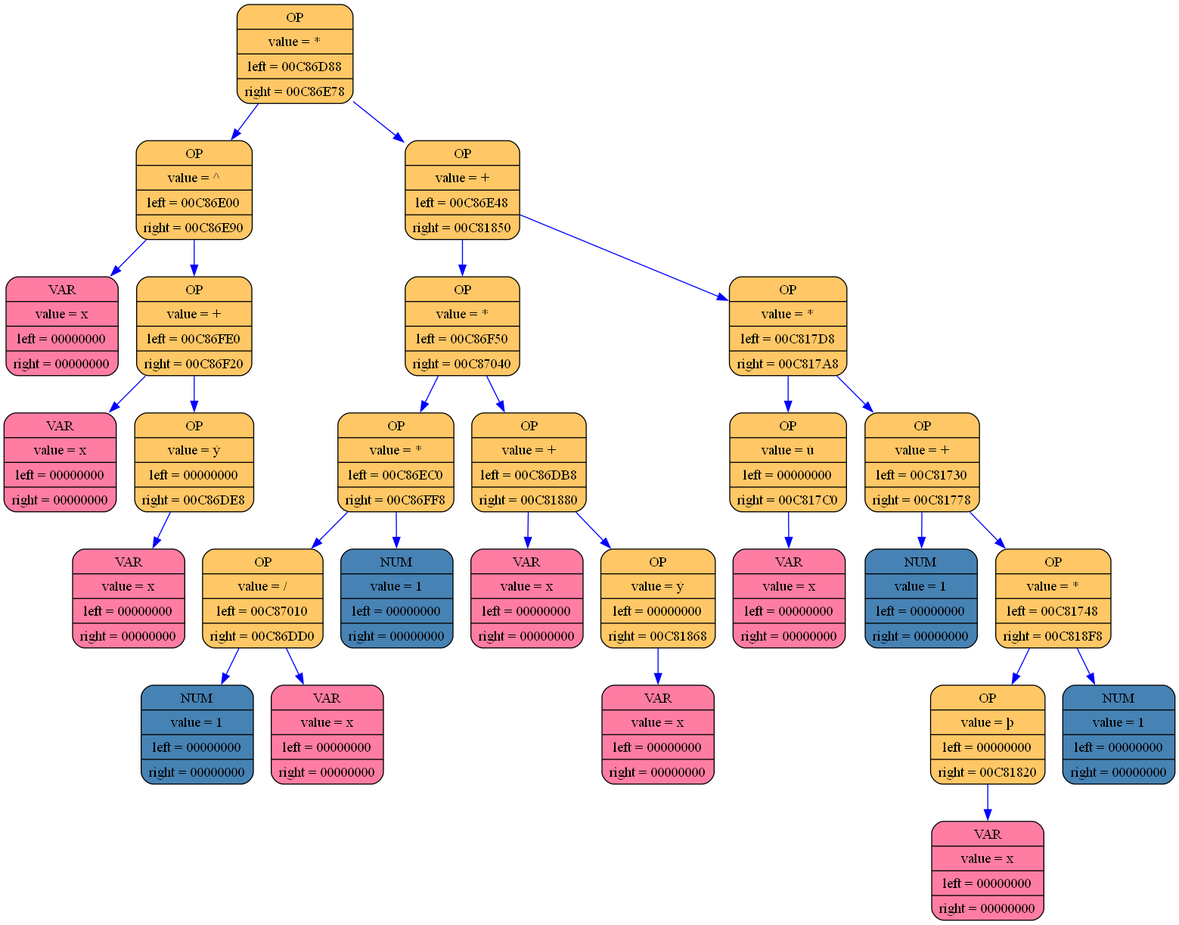
The Graphviz diagram log_folder_differenciator/differenciator_graph.png in aywert/DIFFERENCIATOR, before a commit. Its source is kept beside it as log_folder_differenciator/differenciator_graph.dot.
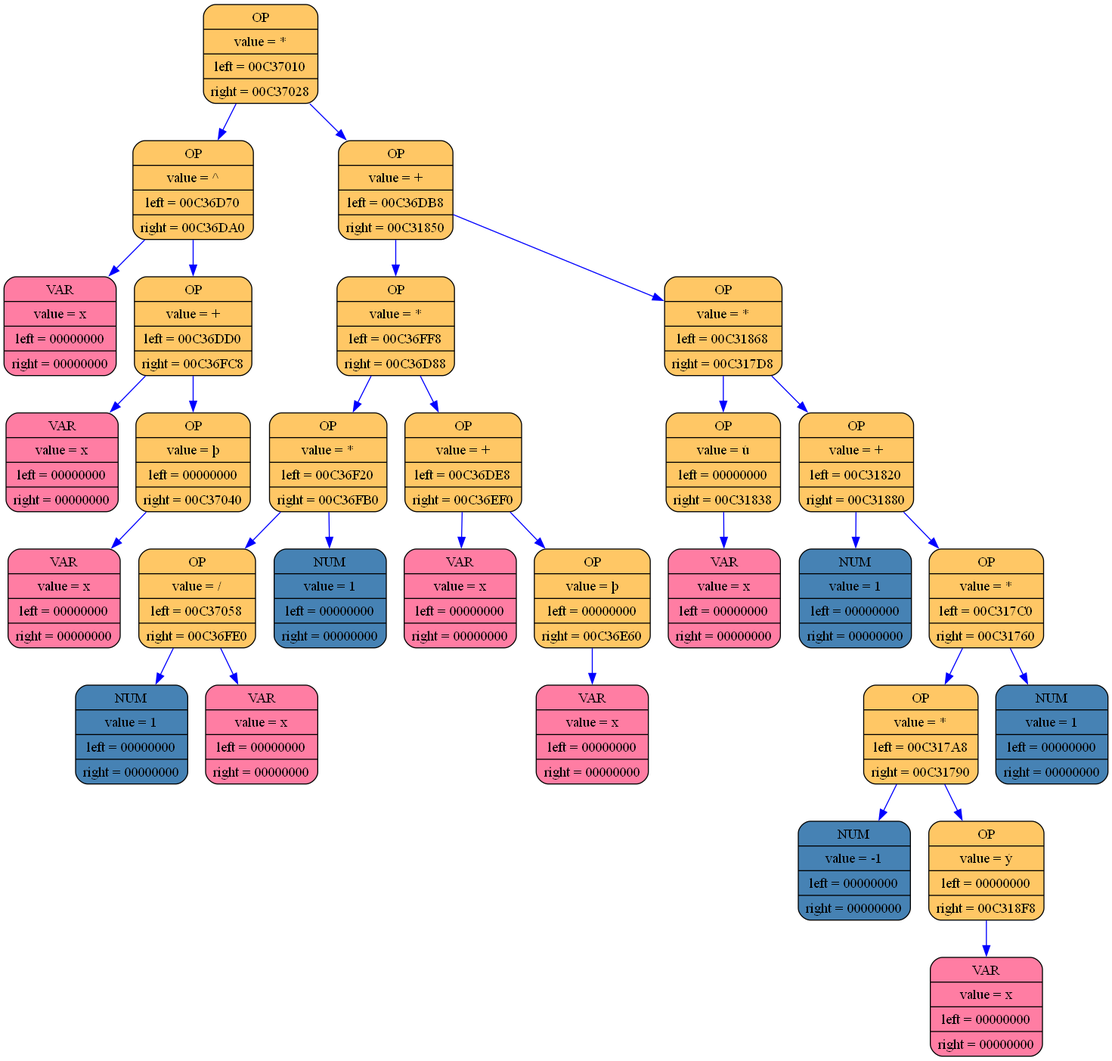
After the change.

Diff of the diagram source:
```diff
@@ -1,57 +1,61 @@
 digraph list
 {
 rankdir=HR;
-	13135724 [shape = Mrecord; style = filled; fillcolor="#ffc765"; color = "#000000"; fontcolor = "#000000"; label = "{ OP | value = * | left = 00C86D88| right = 00C86E78}"];
-	13135724 -> 13135244 [color="blue"]
-	13135244 [shape = Mrecord; style = filled; fillcolor="#ffc765"; color = "#000000"; fontcolor = "#000000"; label = "{ OP | value = ^ | left = 00C86E00| right = 00C86E90}"];
-	13135244 -> 13135364 [color="blue"]
-	13135364 [shape = Mrecord; style = filled; fillcolor="#ff7da3"; color = "#000000"; fontcolor = "#000000"; label = "{ VAR | value = x | left = 00000000| right = 00000000}"];
-	13135244 -> 13135508 [color="blue"]
-	13135508 [shape = Mrecord; style = filled; fillcolor="#ffc765"; color = "#000000"; fontcolor = "#000000"; label = "{ OP | value = + | left = 00C86FE0| right = 00C86F20}"];
-	13135508 -> 13135844 [color="blue"]
-	13135844 [shape = Mrecord; style = filled; fillcolor="#ff7da3"; color = "#000000"; fontcolor = "#000000"; label = "{ VAR | value = x | left = 00000000| right = 00000000}"];
-	13135508 -> 13135652 [color="blue"]
-	13135652 [shape = Mrecord; style = filled; fillcolor="#ffc765"; color = "#000000"; fontcolor = "#000000"; label = "{ OP | value = ý | left = 00000000| right = 00C86DE8}"];
-	13135652 -> 13135340 [color="blue"]
-	13135340 [shape = Mrecord; style = filled; fillcolor="#ff7da3"; color = "#000000"; fontcolor = "#000000"; label = "{ VAR | value = x | left = 00000000| right = 00000000}"];
-	13135724 -> 13135484 [color="blue"]
-	13135484 [shape = Mrecord; style = filled; fillcolor="#ffc765"; color = "#000000"; fontcolor = "#000000"; label = "{ OP | value = + | left = 00C86E48| right = 00C81850}"];
-	13135484 -> 13135436 [color="blue"]
-	13135436 [shape = Mrecord; style = filled; fillcolor="#ffc765"; color = "#000000"; fontcolor = "#000000"; label = "{ OP | value = * | left = 00C86F50| right = 00C87040}"];
-	13135436 -> 13135700 [color="blue"]
-	13135700 [shape = Mrecord; style = filled; fillcolor="#ffc765"; color = "#000000"; fontcolor = "#000000"; label = "{ OP | value = * | left = 00C86EC0| right = 00C86FF8}"];
-	13135700 -> 13135556 [color="blue"]
-	13135556 [shape = Mrecord; style = filled; fillcolor="#ffc765"; color = "#000000"; fontcolor = "#000000"; label = "{ OP | value = / | left = 00C87010| right = 00C86DD0}"];
-	13135556 -> 13135892 [color="blue"]
-	13135892 [shape = Mrecord; style = filled; fillcolor="#4682b4"; color = "#000000"; fontcolor = "#000000"; label = "{ NUM | value = 1 | left = 00000000| right = 00000000}"];
-	13135556 -> 13135316 [color="blue"]
-	13135316 [shape = Mrecord; style = filled; fillcolor="#ff7da3"; color = "#000000"; fontcolor = "#000000"; label = "{ VAR | value = x | left = 00000000| right = 00000000}"];
-	13135700 -> 13135868 [color="blue"]
-	13135868 [shape = Mrecord; style = filled; fillcolor="#4682b4"; color = "#000000"; fontcolor = "#000000"; label = "{ NUM | value = 1 | left = 00000000| right = 00000000}"];
-	13135436 -> 13135940 [color="blue"]
-	13135940 [shape = Mrecord; style = filled; fillcolor="#ffc765"; color = "#000000"; fontcolor = "#000000"; label = "{ OP | value = + | left = 00C86DB8| right = 00C81880}"];
-	13135940 -> 13135292 [color="blue"]
-	13135292 [shape = Mrecord; style = filled; fillcolor="#ff7da3"; color = "#000000"; fontcolor = "#000000"; label = "{ VAR | value = x | left = 00000000| right = 00000000}"];
-	13135940 -> 13113476 [color="blue"]
-	13113476 [shape = Mrecord; style = filled; fillcolor="#ffc765"; color = "#000000"; fontcolor = "#000000"; label = "{ OP | value = ý | left = 00000000| right = 00C81868}"];
-	13113476 -> 13113452 [color="blue"]
-	13113452 [shape = Mrecord; style = filled; fillcolor="#ff7da3"; color = "#000000"; fontcolor = "#000000"; label = "{ VAR | value = x | left = 00000000| right = 00000000}"];
-	13135484 -> 13113428 [color="blue"]
-	13113428 [shape = Mrecord; style = filled; fillcolor="#ffc765"; color = "#000000"; fontcolor = "#000000"; label = "{ OP | value = * | left = 00C817D8| right = 00C817A8}"];
-	13113428 -> 13113308 [color="blue"]
-	13113308 [shape = Mrecord; style = filled; fillcolor="#ffc765"; color = "#000000"; fontcolor = "#000000"; label = "{ OP | value = ú | left = 00000000| right = 00C817C0}"];
-	13113308 -> 13113284 [color="blue"]
-	13113284 [shape = Mrecord; style = filled; fillcolor="#ff7da3"; color = "#000000"; fontcolor = "#000000"; label = "{ VAR | value = x | left = 00000000| right = 00000000}"];
-	13113428 -> 13113260 [color="blue"]
-	13113260 [shape = Mrecord; style = filled; fillcolor="#ffc765"; color = "#000000"; fontcolor = "#000000"; label = "{ OP | value = + | left = 00C81730| right = 00C81778}"];
-	13113260 -> 13113140 [color="blue"]
-	13113140 [shape = Mrecord; style = filled; fillcolor="#4682b4"; color = "#000000"; fontcolor = "#000000"; label = "{ NUM | value = 1 | left = 00000000| right = 00000000}"];
-	13113260 -> 13113212 [color="blue"]
-	13113212 [shape = Mrecord; style = filled; fillcolor="#ffc765"; color = "#000000"; fontcolor = "#000000"; label = "{ OP | value = * | left = 00C81748| right = 00C818F8}"];
-	13113212 -> 13113164 [color="blue"]
-	13113164 [shape = Mrecord; style = filled; fillcolor="#ffc765"; color = "#000000"; fontcolor = "#000000"; label = "{ OP | value = þ | left = 00000000| right = 00C81820}"];
-	13113164 -> 13113380 [color="blue"]
-	13113380 [shape = Mrecord; style = filled; fillcolor="#ff7da3"; color = "#000000"; fontcolor = "#000000"; label = "{ VAR | value = x | left = 00000000| right = 00000000}"];
-	13113212 -> 13113596 [color="blue"]
-	13113596 [shape = Mrecord; style = filled; fillcolor="#4682b4"; color = "#000000"; fontcolor = "#000000"; label = "{ NUM | value = 1 | left = 00000000| right = 00000000}"];
+	12807684 [shape = Mrecord; style = filled; fillcolor="#ffc765"; color = "#000000"; fontcolor = "#000000"; label = "{ OP | value = * | left = 00C37010| right = 00C37028}"];
+	12807684 -> 12808212 [color="blue"]
+	12808212 [shape = Mrecord; style = filled; fillcolor="#ffc765"; color = "#000000"; fontcolor = "#000000"; label = "{ OP | value = ^ | left = 00C36D70| right = 00C36DA0}"];
+	12808212 -> 12807540 [color="blue"]
+	12807540 [shape = Mrecord; style = filled; fillcolor="#ff7da3"; color = "#000000"; fontcolor = "#000000"; label = "{ VAR | value = x | left = 00000000| right = 00000000}"];
+	12808212 -> 12807588 [color="blue"]
+	12807588 [shape = Mrecord; style = filled; fillcolor="#ffc765"; color = "#000000"; fontcolor = "#000000"; label = "{ OP | value = + | left = 00C36DD0| right = 00C36FC8}"];
+	12807588 -> 12807636 [color="blue"]
+	12807636 [shape = Mrecord; style = filled; fillcolor="#ff7da3"; color = "#000000"; fontcolor = "#000000"; label = "{ VAR | value = x | left = 00000000| right = 00000000}"];
+	12807588 -> 12808140 [color="blue"]
+	12808140 [shape = Mrecord; style = filled; fillcolor="#ffc765"; color = "#000000"; fontcolor = "#000000"; label = "{ OP | value = þ | left = 00000000| right = 00C37040}"];
+	12808140 -> 12808260 [color="blue"]
+	12808260 [shape = Mrecord; style = filled; fillcolor="#ff7da3"; color = "#000000"; fontcolor = "#000000"; label = "{ VAR | value = x | left = 00000000| right = 00000000}"];
+	12807684 -> 12808236 [color="blue"]
+	12808236 [shape = Mrecord; style = filled; fillcolor="#ffc765"; color = "#000000"; fontcolor = "#000000"; label = "{ OP | value = + | left = 00C36DB8| right = 00C31850}"];
+	12808236 -> 12807612 [color="blue"]
+	12807612 [shape = Mrecord; style = filled; fillcolor="#ffc765"; color = "#000000"; fontcolor = "#000000"; label = "{ OP | value = * | left = 00C36FF8| right = 00C36D88}"];
+	12807612 -> 12808188 [color="blue"]
+	12808188 [shape = Mrecord; style = filled; fillcolor="#ffc765"; color = "#000000"; fontcolor = "#000000"; label = "{ OP | value = * | left = 00C36F20| right = 00C36FB0}"];
+	12808188 -> 12807972 [color="blue"]
+	12807972 [shape = Mrecord; style = filled; fillcolor="#ffc765"; color = "#000000"; fontcolor = "#000000"; label = "{ OP | value = / | left = 00C37058| right = 00C36FE0}"];
+	12807972 -> 12808284 [color="blue"]
+	12808284 [shape = Mrecord; style = filled; fillcolor="#4682b4"; color = "#000000"; fontcolor = "#000000"; label = "{ NUM | value = 1 | left = 00000000| right = 00000000}"];
+	12807972 -> 12808164 [color="blue"]
+	12808164 [shape = Mrecord; style = filled; fillcolor="#ff7da3"; color = "#000000"; fontcolor = "#000000"; label = "{ VAR | value = x | left = 00000000| right = 00000000}"];
+	12808188 -> 12808116 [color="blue"]
+	12808116 [shape = Mrecord; style = filled; fillcolor="#4682b4"; color = "#000000"; fontcolor = "#000000"; label = "{ NUM | value = 1 | left = 00000000| right = 00000000}"];
+	12807612 -> 12807564 [color="blue"]
+	12807564 [shape = Mrecord; style = filled; fillcolor="#ffc765"; color = "#000000"; fontcolor = "#000000"; label = "{ OP | value = + | left = 00C36DE8| right = 00C36EF0}"];
+	12807564 -> 12807660 [color="blue"]
+	12807660 [shape = Mrecord; style = filled; fillcolor="#ff7da3"; color = "#000000"; fontcolor = "#000000"; label = "{ VAR | value = x | left = 00000000| right = 00000000}"];
+	12807564 -> 12807924 [color="blue"]
+	12807924 [shape = Mrecord; style = filled; fillcolor="#ffc765"; color = "#000000"; fontcolor = "#000000"; label = "{ OP | value = þ | left = 00000000| right = 00C36E60}"];
+	12807924 -> 12807780 [color="blue"]
+	12807780 [shape = Mrecord; style = filled; fillcolor="#ff7da3"; color = "#000000"; fontcolor = "#000000"; label = "{ VAR | value = x | left = 00000000| right = 00000000}"];
+	12808236 -> 12785748 [color="blue"]
+	12785748 [shape = Mrecord; style = filled; fillcolor="#ffc765"; color = "#000000"; fontcolor = "#000000"; label = "{ OP | value = * | left = 00C31868| right = 00C317D8}"];
+	12785748 -> 12785772 [color="blue"]
+	12785772 [shape = Mrecord; style = filled; fillcolor="#ffc765"; color = "#000000"; fontcolor = "#000000"; label = "{ OP | value = ú | left = 00000000| right = 00C31838}"];
+	12785772 -> 12785724 [color="blue"]
+	12785724 [shape = Mrecord; style = filled; fillcolor="#ff7da3"; color = "#000000"; fontcolor = "#000000"; label = "{ VAR | value = x | left = 00000000| right = 00000000}"];
+	12785748 -> 12785628 [color="blue"]
+	12785628 [shape = Mrecord; style = filled; fillcolor="#ffc765"; color = "#000000"; fontcolor = "#000000"; label = "{ OP | value = + | left = 00C31820| right = 00C31880}"];
+	12785628 -> 12785700 [color="blue"]
+	12785700 [shape = Mrecord; style = filled; fillcolor="#4682b4"; color = "#000000"; fontcolor = "#000000"; label = "{ NUM | value = 1 | left = 00000000| right = 00000000}"];
+	12785628 -> 12785796 [color="blue"]
+	12785796 [shape = Mrecord; style = filled; fillcolor="#ffc765"; color = "#000000"; fontcolor = "#000000"; label = "{ OP | value = * | left = 00C317C0| right = 00C31760}"];
+	12785796 -> 12785604 [color="blue"]
+	12785604 [shape = Mrecord; style = filled; fillcolor="#ffc765"; color = "#000000"; fontcolor = "#000000"; label = "{ OP | value = * | left = 00C317A8| right = 00C31790}"];
+	12785604 -> 12785580 [color="blue"]
+	12785580 [shape = Mrecord; style = filled; fillcolor="#4682b4"; color = "#000000"; fontcolor = "#000000"; label = "{ NUM | value = -1 | left = 00000000| right = 00000000}"];
+	12785604 -> 12785556 [color="blue"]
+	12785556 [shape = Mrecord; style = filled; fillcolor="#ffc765"; color = "#000000"; fontcolor = "#000000"; label = "{ OP | value = ý | left = 00000000| right = 00C318F8}"];
+	12785556 -> 12785916 [color="blue"]
+	12785916 [shape = Mrecord; style = filled; fillcolor="#ff7da3"; color = "#000000"; fontcolor = "#000000"; label = "{ VAR | value = x | left = 00000000| right = 00000000}"];
+	12785796 -> 12785508 [color="blue"]
+	12785508 [shape = Mrecord; style = filled; fillcolor="#4682b4"; color = "#000000"; fontcolor = "#000000"; label = "{ NUM | value = 1 | left = 00000000| right = 00000000}"];
 	}
```
